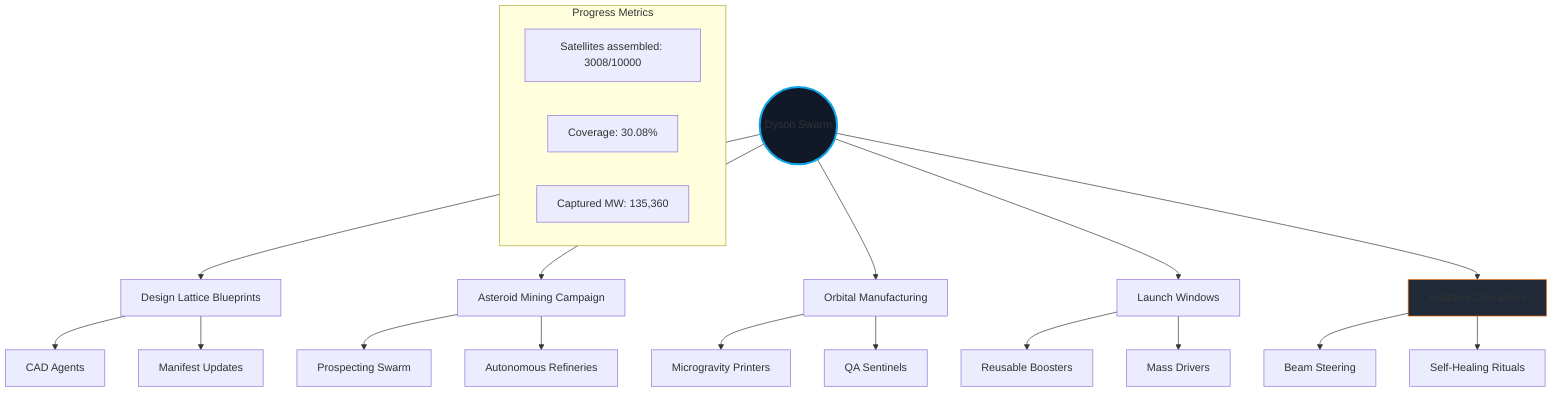
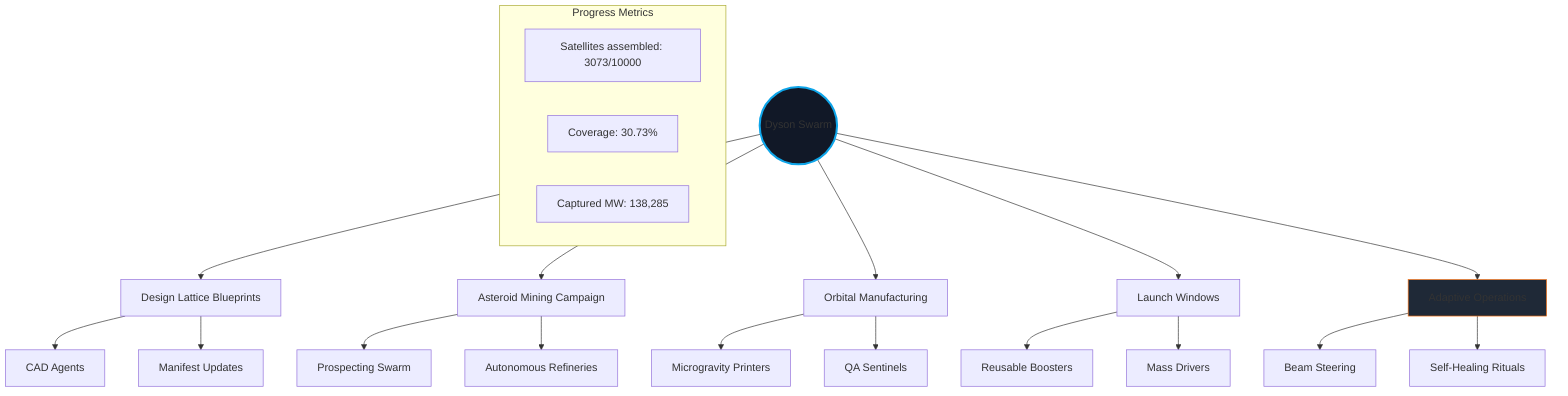
---
title Dyson Swarm Execution Tree
---
flowchart TB
    root((Dyson Swarm))
    root --> design[Design Lattice Blueprints]
    root --> mining[Asteroid Mining Campaign]
    root --> manufacturing[Orbital Manufacturing]
    root --> launch[Launch Windows]
    root --> operations[Adaptive Operations]

    design --> cad[CAD Agents]
    design --> governance[Manifest Updates]

    mining --> probes[Prospecting Swarm]
    mining --> refineries[Autonomous Refineries]

    manufacturing --> printers[Microgravity Printers]
    manufacturing --> qa[QA Sentinels]

    launch --> boosters[Reusable Boosters]
    launch --> elevators[Mass Drivers]

    operations --> control[Beam Steering]
    operations --> maintenance[Self-Healing Rituals]

    style root fill:#111827,stroke:#0ea5e9,stroke-width:3px
    style operations fill:#1f2937,stroke:#f97316
    subgraph Progress Metrics
-         built[Satellites assembled: 3008/10000]
-         coverage[Coverage: 30.08%]
-         mw[Captured MW: 135,360]
+         built[Satellites assembled: 3073/10000]
+         coverage[Coverage: 30.73%]
+         mw[Captured MW: 138,285]
    end

